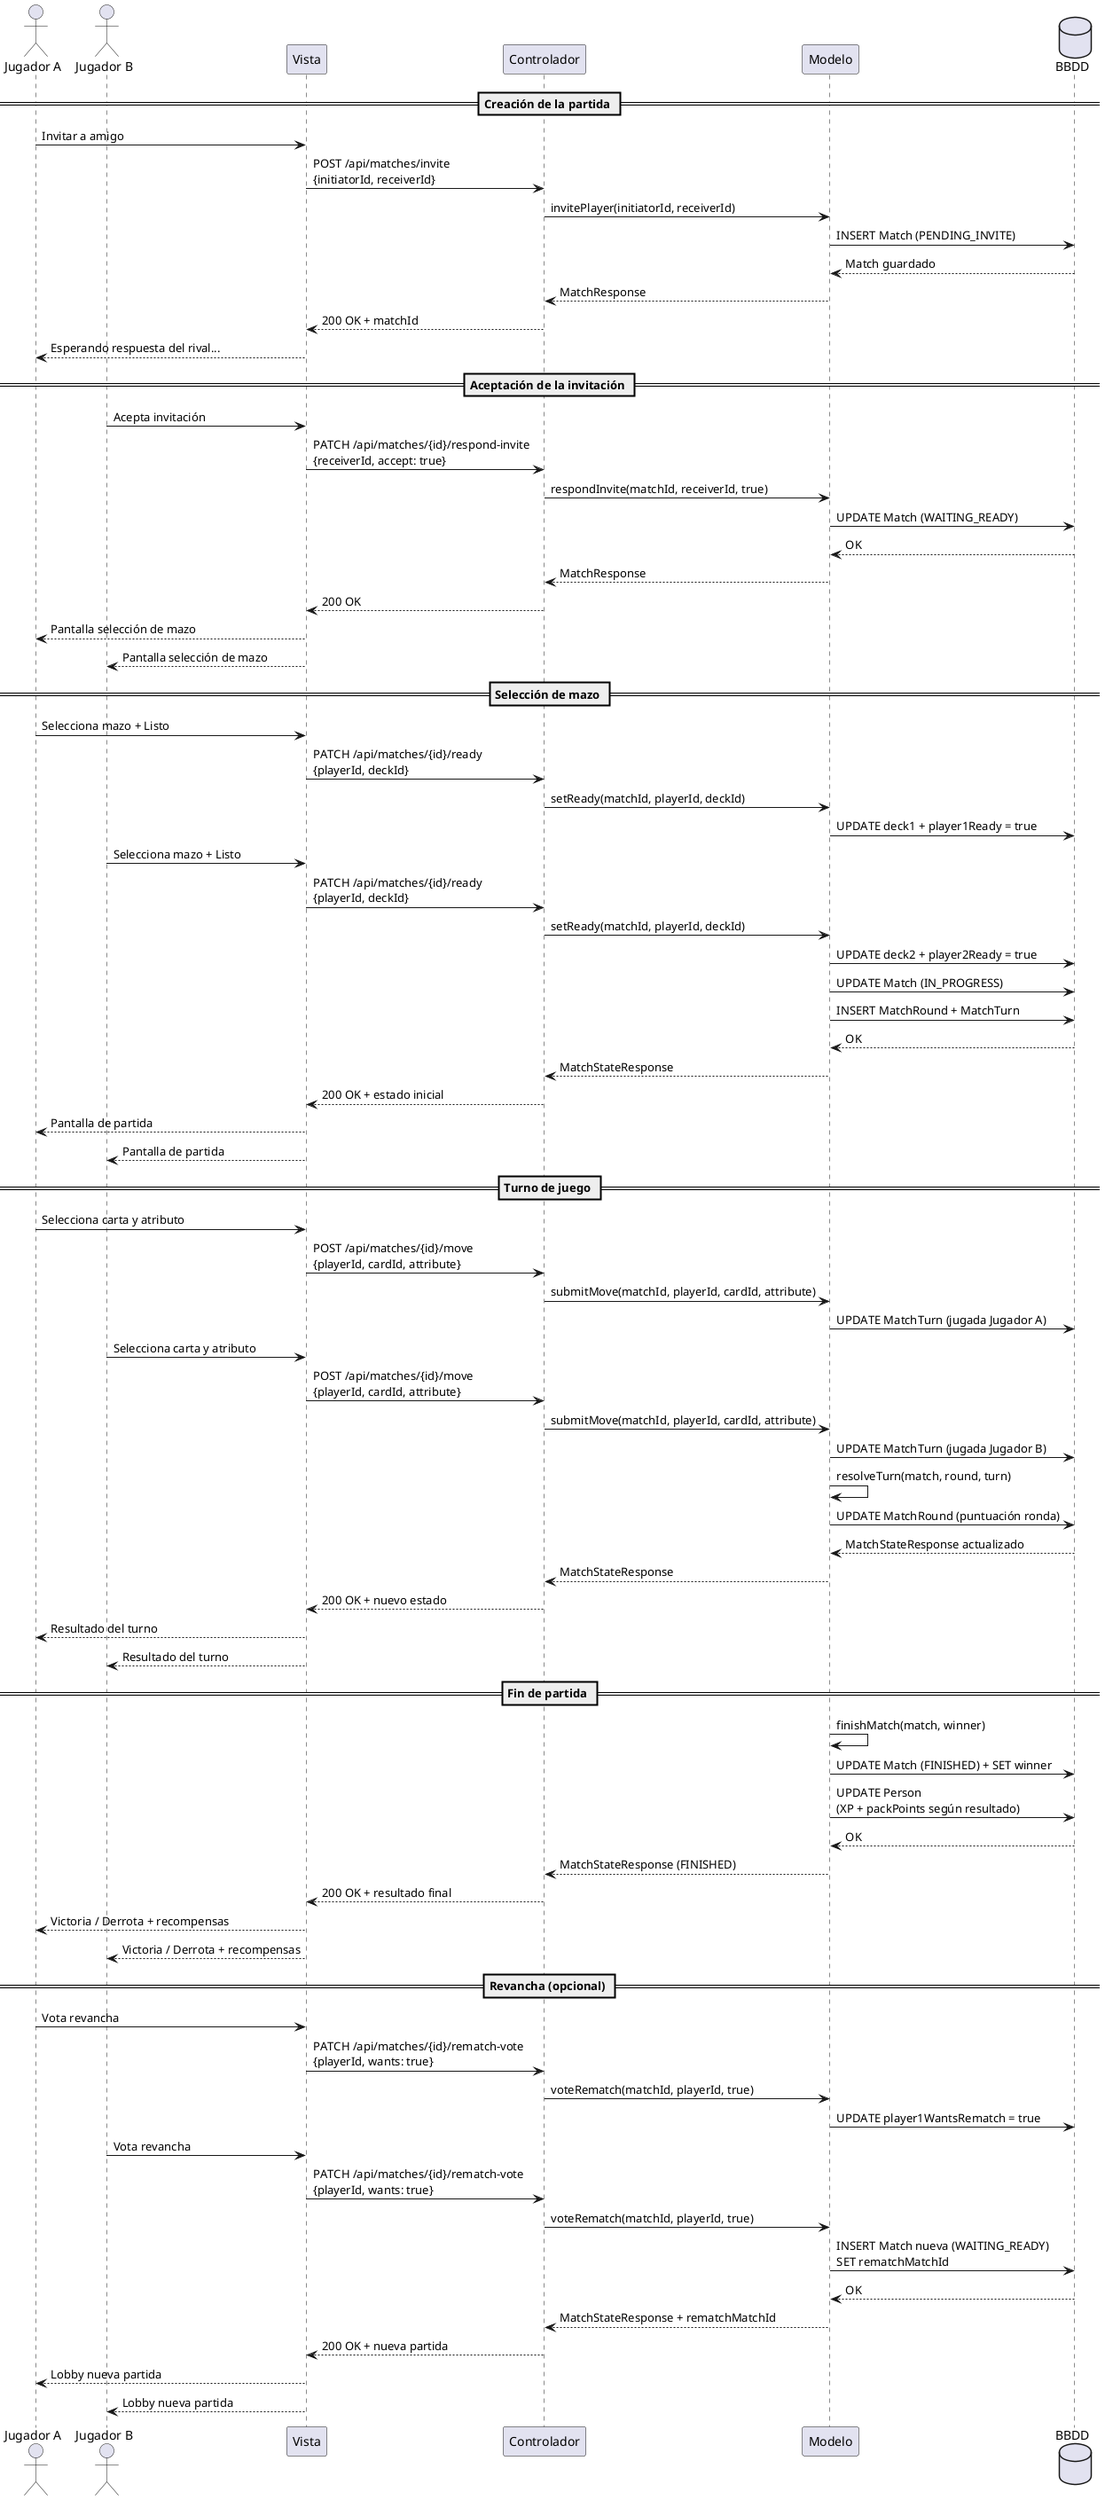
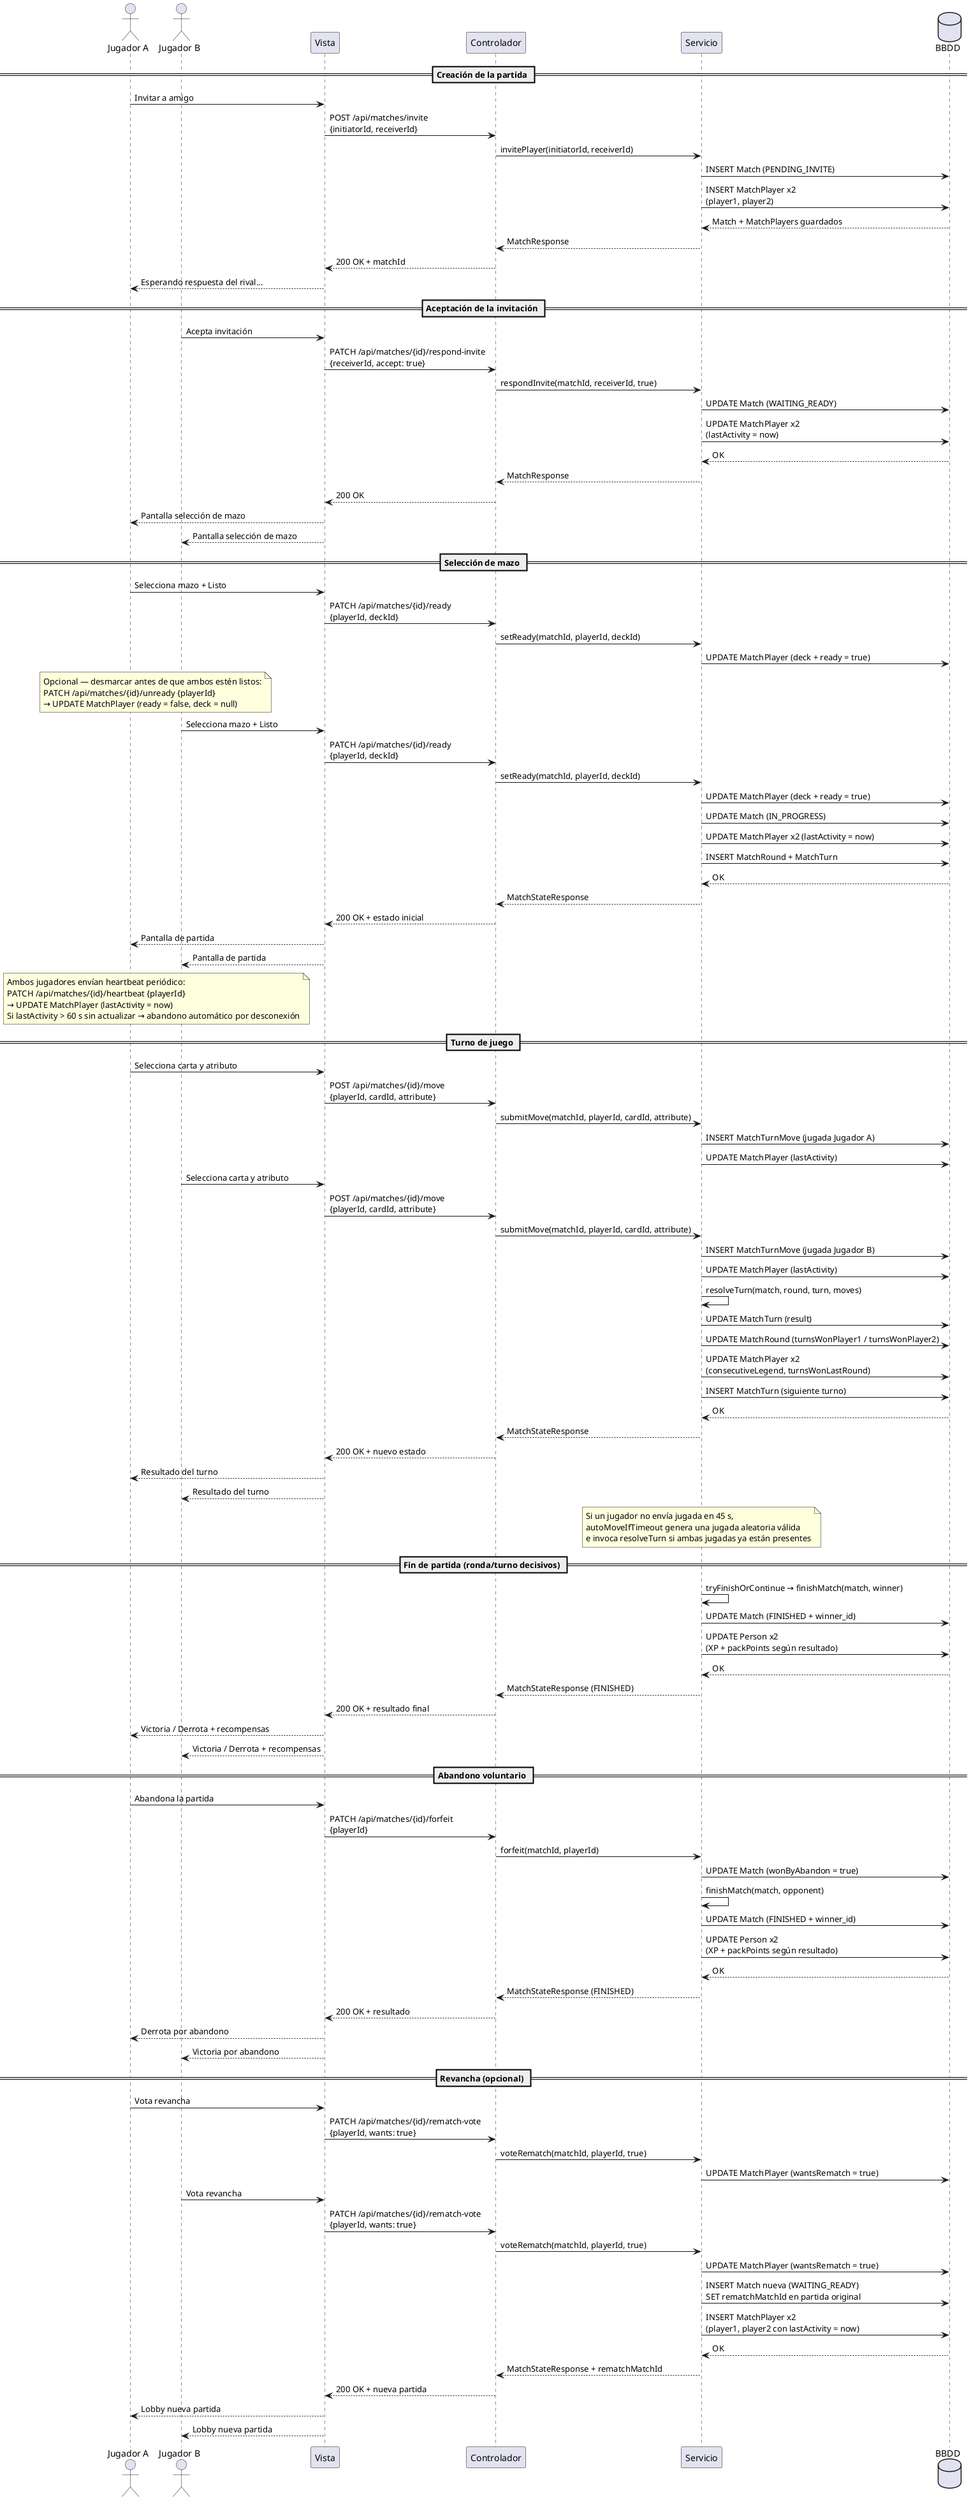
@startuml

actor "Jugador A" as JA
actor "Jugador B" as JB
participant "Vista" as V
participant "Controlador" as C
- participant "Modelo" as M
+ participant "Servicio" as S
database "BBDD" as DB

== Creación de la partida ==
JA -> V: Invitar a amigo
V -> C: POST /api/matches/invite\n{initiatorId, receiverId}
- C -> M: invitePlayer(initiatorId, receiverId)
- M -> DB: INSERT Match (PENDING_INVITE)
- DB --> M: Match guardado
- M --> C: MatchResponse
+ C -> S: invitePlayer(initiatorId, receiverId)
+ S -> DB: INSERT Match (PENDING_INVITE)
+ S -> DB: INSERT MatchPlayer x2\n(player1, player2)
+ DB --> S: Match + MatchPlayers guardados
+ S --> C: MatchResponse
C --> V: 200 OK + matchId
V --> JA: Esperando respuesta del rival...

== Aceptación de la invitación ==
JB -> V: Acepta invitación
V -> C: PATCH /api/matches/{id}/respond-invite\n{receiverId, accept: true}
- C -> M: respondInvite(matchId, receiverId, true)
- M -> DB: UPDATE Match (WAITING_READY)
- DB --> M: OK
- M --> C: MatchResponse
+ C -> S: respondInvite(matchId, receiverId, true)
+ S -> DB: UPDATE Match (WAITING_READY)
+ S -> DB: UPDATE MatchPlayer x2\n(lastActivity = now)
+ DB --> S: OK
+ S --> C: MatchResponse
C --> V: 200 OK
V --> JA: Pantalla selección de mazo
V --> JB: Pantalla selección de mazo

== Selección de mazo ==
JA -> V: Selecciona mazo + Listo
V -> C: PATCH /api/matches/{id}/ready\n{playerId, deckId}
- C -> M: setReady(matchId, playerId, deckId)
- M -> DB: UPDATE deck1 + player1Ready = true
+ C -> S: setReady(matchId, playerId, deckId)
+ S -> DB: UPDATE MatchPlayer (deck + ready = true)
+ 
+ note over JA, JB: Opcional — desmarcar antes de que ambos estén listos:\nPATCH /api/matches/{id}/unready {playerId}\n→ UPDATE MatchPlayer (ready = false, deck = null)

JB -> V: Selecciona mazo + Listo
V -> C: PATCH /api/matches/{id}/ready\n{playerId, deckId}
- C -> M: setReady(matchId, playerId, deckId)
- M -> DB: UPDATE deck2 + player2Ready = true
- M -> DB: UPDATE Match (IN_PROGRESS)
- M -> DB: INSERT MatchRound + MatchTurn
- DB --> M: OK
- M --> C: MatchStateResponse
+ C -> S: setReady(matchId, playerId, deckId)
+ S -> DB: UPDATE MatchPlayer (deck + ready = true)
+ S -> DB: UPDATE Match (IN_PROGRESS)
+ S -> DB: UPDATE MatchPlayer x2 (lastActivity = now)
+ S -> DB: INSERT MatchRound + MatchTurn
+ DB --> S: OK
+ S --> C: MatchStateResponse
C --> V: 200 OK + estado inicial
V --> JA: Pantalla de partida
V --> JB: Pantalla de partida

+ note over JA, JB: Ambos jugadores envían heartbeat periódico:\nPATCH /api/matches/{id}/heartbeat {playerId}\n→ UPDATE MatchPlayer (lastActivity = now)\nSi lastActivity > 60 s sin actualizar → abandono automático por desconexión
+ 
== Turno de juego ==
JA -> V: Selecciona carta y atributo
V -> C: POST /api/matches/{id}/move\n{playerId, cardId, attribute}
- C -> M: submitMove(matchId, playerId, cardId, attribute)
- M -> DB: UPDATE MatchTurn (jugada Jugador A)
+ C -> S: submitMove(matchId, playerId, cardId, attribute)
+ S -> DB: INSERT MatchTurnMove (jugada Jugador A)
+ S -> DB: UPDATE MatchPlayer (lastActivity)

JB -> V: Selecciona carta y atributo
V -> C: POST /api/matches/{id}/move\n{playerId, cardId, attribute}
- C -> M: submitMove(matchId, playerId, cardId, attribute)
- M -> DB: UPDATE MatchTurn (jugada Jugador B)
- M -> M: resolveTurn(match, round, turn)
- M -> DB: UPDATE MatchRound (puntuación ronda)
- DB --> M: MatchStateResponse actualizado
- M --> C: MatchStateResponse
+ C -> S: submitMove(matchId, playerId, cardId, attribute)
+ S -> DB: INSERT MatchTurnMove (jugada Jugador B)
+ S -> DB: UPDATE MatchPlayer (lastActivity)
+ S -> S: resolveTurn(match, round, turn, moves)
+ S -> DB: UPDATE MatchTurn (result)
+ S -> DB: UPDATE MatchRound (turnsWonPlayer1 / turnsWonPlayer2)
+ S -> DB: UPDATE MatchPlayer x2\n(consecutiveLegend, turnsWonLastRound)
+ S -> DB: INSERT MatchTurn (siguiente turno)
+ DB --> S: OK
+ S --> C: MatchStateResponse
C --> V: 200 OK + nuevo estado
V --> JA: Resultado del turno
V --> JB: Resultado del turno

- == Fin de partida ==
- M -> M: finishMatch(match, winner)
- M -> DB: UPDATE Match (FINISHED) + SET winner
- M -> DB: UPDATE Person\n(XP + packPoints según resultado)
- DB --> M: OK
- M --> C: MatchStateResponse (FINISHED)
+ note over S: Si un jugador no envía jugada en 45 s,\nautoMoveIfTimeout genera una jugada aleatoria válida\ne invoca resolveTurn si ambas jugadas ya están presentes
+ 
+ == Fin de partida (ronda/turno decisivos) ==
+ S -> S: tryFinishOrContinue → finishMatch(match, winner)
+ S -> DB: UPDATE Match (FINISHED + winner_id)
+ S -> DB: UPDATE Person x2\n(XP + packPoints según resultado)
+ DB --> S: OK
+ S --> C: MatchStateResponse (FINISHED)
C --> V: 200 OK + resultado final
V --> JA: Victoria / Derrota + recompensas
V --> JB: Victoria / Derrota + recompensas

+ == Abandono voluntario ==
+ JA -> V: Abandona la partida
+ V -> C: PATCH /api/matches/{id}/forfeit\n{playerId}
+ C -> S: forfeit(matchId, playerId)
+ S -> DB: UPDATE Match (wonByAbandon = true)
+ S -> S: finishMatch(match, opponent)
+ S -> DB: UPDATE Match (FINISHED + winner_id)
+ S -> DB: UPDATE Person x2\n(XP + packPoints según resultado)
+ DB --> S: OK
+ S --> C: MatchStateResponse (FINISHED)
+ C --> V: 200 OK + resultado
+ V --> JA: Derrota por abandono
+ V --> JB: Victoria por abandono
+ 
== Revancha (opcional) ==
JA -> V: Vota revancha
V -> C: PATCH /api/matches/{id}/rematch-vote\n{playerId, wants: true}
- C -> M: voteRematch(matchId, playerId, true)
- M -> DB: UPDATE player1WantsRematch = true
+ C -> S: voteRematch(matchId, playerId, true)
+ S -> DB: UPDATE MatchPlayer (wantsRematch = true)

JB -> V: Vota revancha
V -> C: PATCH /api/matches/{id}/rematch-vote\n{playerId, wants: true}
- C -> M: voteRematch(matchId, playerId, true)
- M -> DB: INSERT Match nueva (WAITING_READY)\nSET rematchMatchId
- DB --> M: OK
- M --> C: MatchStateResponse + rematchMatchId
+ C -> S: voteRematch(matchId, playerId, true)
+ S -> DB: UPDATE MatchPlayer (wantsRematch = true)
+ S -> DB: INSERT Match nueva (WAITING_READY)\nSET rematchMatchId en partida original
+ S -> DB: INSERT MatchPlayer x2\n(player1, player2 con lastActivity = now)
+ DB --> S: OK
+ S --> C: MatchStateResponse + rematchMatchId
C --> V: 200 OK + nueva partida
V --> JA: Lobby nueva partida
V --> JB: Lobby nueva partida

- @enduml+ @enduml
